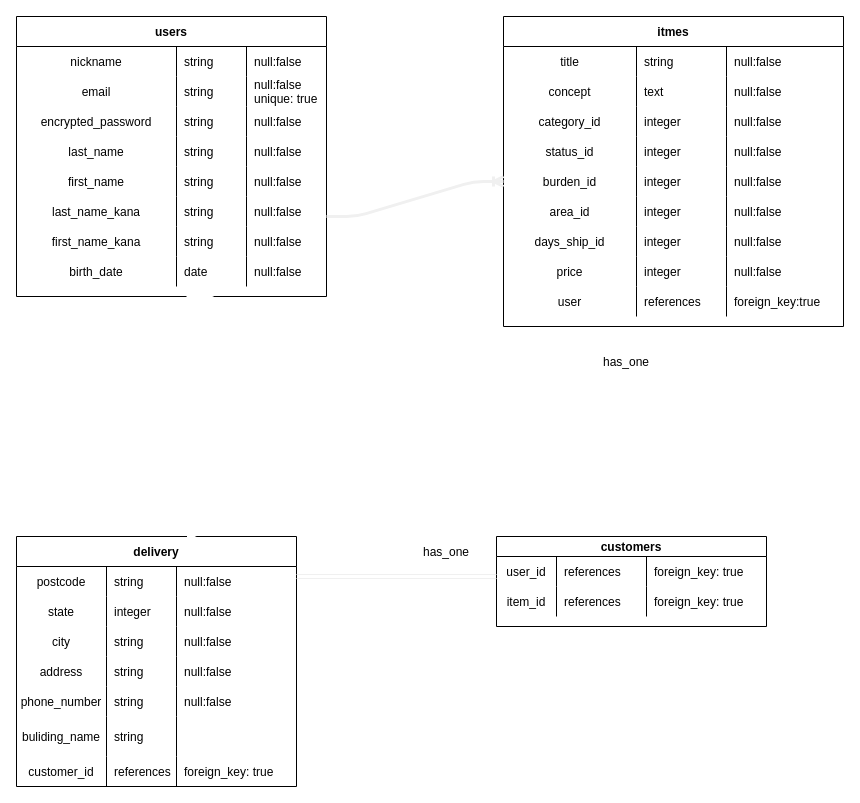
haihaihai103/furima-34956-2- keeps this draw.io diagram as furima.dio. Above is the earlier version. Source tidied: cells renumbered, new cells numbered last; positions are measured from the earlier drawing's top-left corner, leaving out a move shared by most shapes. Both pictures are drawn from the tidied source at 100%, with x=0, y=0 at pixel (16, 16).
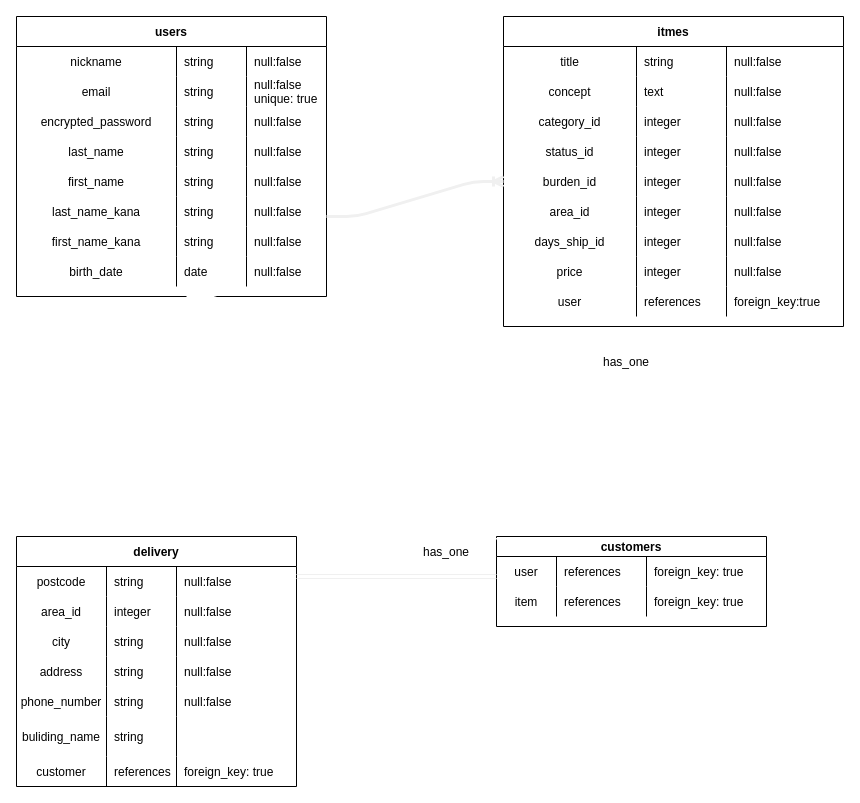
The same diagram, later.

Unchanged cells that the change refers to:
```xml
<mxCell id="74" style="shape=partialRectangle;fillColor=none;top=0;left=0;bottom=0;right=0;" parent="73" vertex="1">
  <mxGeometry y="20" width="270" height="30" as="geometry" />
</mxCell>
<mxCell id="78" style="shape=partialRectangle;fillColor=none;top=0;left=0;bottom=0;right=0;" parent="73" vertex="1">
  <mxGeometry y="50" width="270" height="30" as="geometry" />
</mxCell>
<mxCell id="82" value="delivery" style="shape=table;startSize=30;childLayout=tableLayout;rowLines=0;fontStyle=1;align=center;" parent="1" vertex="1">
  <mxGeometry y="520" width="280" height="250" as="geometry" />
</mxCell>
<mxCell id="87" style="shape=partialRectangle;fillColor=none;top=0;left=0;bottom=0;right=0;" parent="82" vertex="1">
  <mxGeometry y="60" width="280" height="30" as="geometry" />
</mxCell>
<mxCell id="107" style="shape=partialRectangle;fillColor=none;top=0;left=0;bottom=0;right=0;" parent="82" vertex="1">
  <mxGeometry y="220" width="280" height="30" as="geometry" />
</mxCell>
```

The edit, as a diff of the source:
```diff
@@
-    <mxCell id="75" value="user_id" style="shape=partialRectangle;fillColor=none;top=0;left=0;bottom=0;right=0;overflow=hidden;" parent="74" vertex="1">
+    <mxCell id="75" value="user" style="shape=partialRectangle;fillColor=none;top=0;left=0;bottom=0;right=0;overflow=hidden;" parent="74" vertex="1">
       <mxGeometry width="60" height="30" as="geometry" />
     </mxCell>
@@
-    <mxCell id="79" value="item_id" style="shape=partialRectangle;fillColor=none;top=0;left=0;bottom=0;right=0;overflow=hidden;" parent="78" vertex="1">
+    <mxCell id="79" value="item" style="shape=partialRectangle;fillColor=none;top=0;left=0;bottom=0;right=0;overflow=hidden;" parent="78" vertex="1">
       <mxGeometry width="60" height="30" as="geometry" />
     </mxCell>
@@
-    <mxCell id="88" value="state" style="shape=partialRectangle;fillColor=none;top=0;left=0;bottom=0;right=0;overflow=hidden;" parent="87" vertex="1">
+    <mxCell id="88" value="area_id" style="shape=partialRectangle;fillColor=none;top=0;left=0;bottom=0;right=0;overflow=hidden;" parent="87" vertex="1">
       <mxGeometry width="90" height="30" as="geometry" />
     </mxCell>
@@
-    <mxCell id="108" value="customer_id" style="shape=partialRectangle;fillColor=none;top=0;left=0;bottom=0;right=0;overflow=hidden;" parent="107" vertex="1">
+    <mxCell id="108" value="customer" style="shape=partialRectangle;fillColor=none;top=0;left=0;bottom=0;right=0;overflow=hidden;" parent="107" vertex="1">
       <mxGeometry width="90" height="30" as="geometry" />
     </mxCell>
@@
-    <mxCell id="115" style="edgeStyle=entityRelationEdgeStyle;fontSize=12;html=1;endArrow=ERoneToMany;strokeColor=#FFFFFF;strokeWidth=3;entryX=0.65;entryY=-0.008;entryDx=0;entryDy=0;entryPerimeter=0;" parent="1" edge="1" target="82">
+    <mxCell id="115" style="edgeStyle=entityRelationEdgeStyle;fontSize=12;html=1;endArrow=ERoneToMany;strokeColor=#FFFFFF;strokeWidth=3;" parent="1" edge="1">
       <mxGeometry relative="1" as="geometry">
         <mxPoint x="170" y="280" as="sourcePoint" />
+        <mxPoint x="480" y="518" as="targetPoint" />
       </mxGeometry>
     </mxCell>
```
